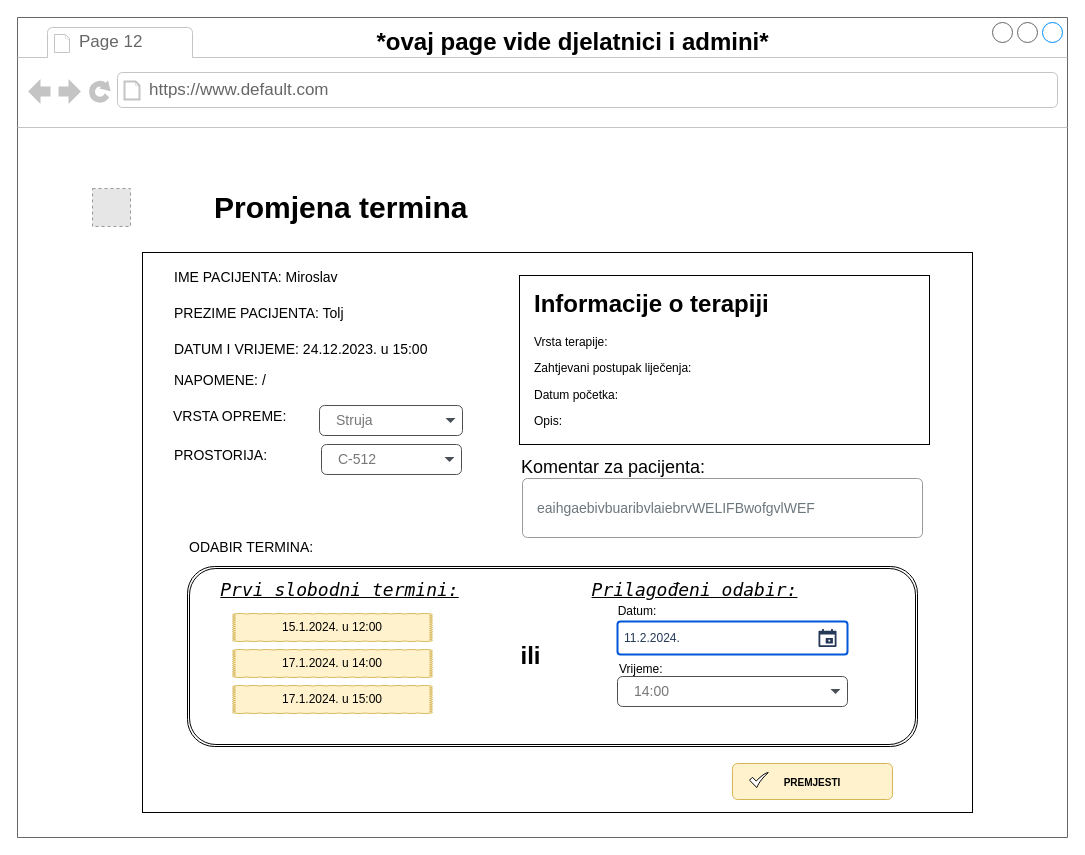
Earlier version of the draw.io diagram page "Page 12" (12 of 17) of Dokumentacija/UI Dizajn/MedicinskaRehabilitacija.drawio (EmaBadurina1/Proginator). Source tidied: cells renumbered, new cells numbered last; positions are measured from the earlier drawing's top-left corner, leaving out a move shared by most shapes. Both pictures are drawn from the tidied source at 100%, with x=0, y=0 at pixel (17, 17). Pictures stored in the file or linked from it are replaced by grey dashed boxes.
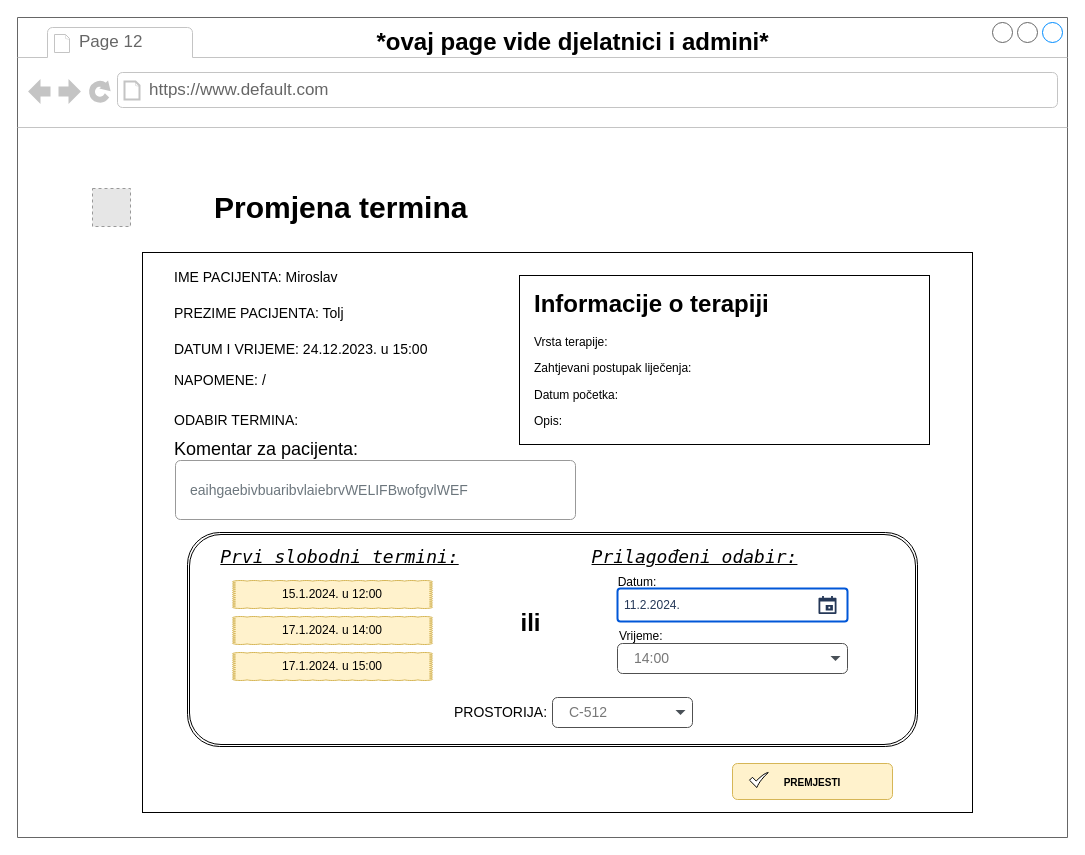
The same diagram, later.

The edit, as a diff of the source:
```diff
@@
-    <mxCell id="15" value="Struja" style="html=1;shadow=0;dashed=0;shape=mxgraph.bootstrap.rrect;rSize=5;strokeColor=#505050;strokeWidth=1;fillColor=#ffffff;fontColor=#777777;whiteSpace=wrap;align=left;verticalAlign=middle;fontStyle=0;fontSize=14;spacingRight=0;spacing=17;" parent="1" vertex="1">
-      <mxGeometry x="302" y="388" width="143" height="30" as="geometry" />
-    </mxCell>
-    <mxCell id="16" style="shape=triangle;direction=south;fillColor=#495057;strokeColor=none;perimeter=none;" parent="15" vertex="1">
-      <mxGeometry x="1" y="0.5" width="10" height="5" relative="1" as="geometry">
-        <mxPoint x="-17" y="-2.5" as="offset" />
-      </mxGeometry>
-    </mxCell>
-    <mxCell id="17" value="VRSTA OPREME:" style="fillColor=none;strokeColor=none;align=left;fontSize=14;" parent="1" vertex="1">
-      <mxGeometry x="154" y="378" width="131" height="40" as="geometry" />
-    </mxCell>
     <mxCell id="18" value="eaihgaebivbuaribvlaiebrvWELIFBwofgvlWEF" style="html=1;shadow=0;dashed=0;shape=mxgraph.bootstrap.rrect;rSize=5;fillColor=none;strokeColor=#999999;align=left;spacing=15;fontSize=14;fontColor=#6C767D;" parent="1" vertex="1">
-      <mxGeometry x="505" y="461" width="400" height="59" as="geometry" />
+      <mxGeometry x="158" y="443" width="400" height="59" as="geometry" />
     </mxCell>
     <mxCell id="19" value="Komentar za pacijenta:" style="text;html=1;strokeColor=none;fillColor=none;align=left;verticalAlign=middle;whiteSpace=wrap;rounded=0;fontSize=18;" parent="1" vertex="1">
-      <mxGeometry x="502" y="435" width="224" height="30" as="geometry" />
+      <mxGeometry x="155" y="417" width="224" height="30" as="geometry" />
     </mxCell>
@@
     <mxCell id="22" style="shape=ext;double=1;rounded=1;whiteSpace=wrap;html=1;" parent="1" vertex="1">
-      <mxGeometry x="170" y="549" width="730" height="180" as="geometry" />
+      <mxGeometry x="170" y="515" width="730" height="214" as="geometry" />
     </mxCell>
     <mxCell id="23" value="ODABIR TERMINA:" style="fillColor=none;strokeColor=none;align=left;fontSize=14;" parent="1" vertex="1">
-      <mxGeometry x="170" y="509" width="260" height="40" as="geometry" />
+      <mxGeometry x="155" y="382" width="260" height="40" as="geometry" />
     </mxCell>
     <mxCell id="24" value="ili" style="text;strokeColor=none;fillColor=none;html=1;fontSize=24;fontStyle=1;verticalAlign=middle;align=center;" parent="1" vertex="1">
-      <mxGeometry x="462.5" y="619" width="100" height="40" as="geometry" />
+      <mxGeometry x="462.5" y="586" width="100" height="40" as="geometry" />
     </mxCell>
     <mxCell id="25" value="Prvi slobodni termini:" style="text;html=1;strokeColor=none;fillColor=none;align=center;verticalAlign=middle;whiteSpace=wrap;rounded=0;fontFamily=Lucida Console;fontStyle=6;fontSize=18;" parent="1" vertex="1">
-      <mxGeometry x="185" y="557" width="275" height="30" as="geometry" />
+      <mxGeometry x="185" y="524" width="275" height="30" as="geometry" />
     </mxCell>
     <mxCell id="26" value="Prilagođeni odabir:" style="text;html=1;strokeColor=none;fillColor=none;align=center;verticalAlign=middle;whiteSpace=wrap;rounded=0;fontFamily=Lucida Console;fontStyle=6;fontSize=18;" parent="1" vertex="1">
-      <mxGeometry x="540" y="557" width="275" height="30" as="geometry" />
+      <mxGeometry x="540" y="524" width="275" height="30" as="geometry" />
     </mxCell>
     <mxCell id="27" value="15.1.2024. u 12:00" style="whiteSpace=wrap;html=1;shape=mxgraph.basic.cloud_rect;fillColor=#fff2cc;strokeColor=#d6b656;" parent="1" vertex="1">
-      <mxGeometry x="215" y="596" width="200" height="28" as="geometry" />
+      <mxGeometry x="215" y="563" width="200" height="28" as="geometry" />
     </mxCell>
     <mxCell id="28" value="17.1.2024. u 14:00" style="whiteSpace=wrap;html=1;shape=mxgraph.basic.cloud_rect;fillColor=#fff2cc;strokeColor=#d6b656;" parent="1" vertex="1">
-      <mxGeometry x="215" y="632" width="200" height="28" as="geometry" />
+      <mxGeometry x="215" y="599" width="200" height="28" as="geometry" />
     </mxCell>
     <mxCell id="29" value="17.1.2024. u 15:00" style="whiteSpace=wrap;html=1;shape=mxgraph.basic.cloud_rect;fillColor=#fff2cc;strokeColor=#d6b656;" parent="1" vertex="1">
-      <mxGeometry x="215" y="668" width="200" height="28" as="geometry" />
+      <mxGeometry x="215" y="635" width="200" height="28" as="geometry" />
     </mxCell>
     <mxCell id="30" value="11.2.2024." style="rounded=1;arcSize=9;fillColor=#ffffff;align=left;spacingLeft=5;strokeColor=#0057D8;html=1;strokeWidth=2;fontColor=#253858;fontSize=12;" parent="1" vertex="1">
-      <mxGeometry x="600" y="604" width="230" height="33" as="geometry" />
+      <mxGeometry x="600" y="571" width="230" height="33" as="geometry" />
     </mxCell>
@@
     <mxCell id="32" value="14:00" style="html=1;shadow=0;dashed=0;shape=mxgraph.bootstrap.rrect;rSize=5;strokeColor=#505050;strokeWidth=1;fillColor=#ffffff;fontColor=#777777;whiteSpace=wrap;align=left;verticalAlign=middle;fontStyle=0;fontSize=14;spacingRight=0;spacing=17;" parent="1" vertex="1">
-      <mxGeometry x="600" y="659" width="230" height="30" as="geometry" />
+      <mxGeometry x="600" y="626" width="230" height="30" as="geometry" />
     </mxCell>
@@
     <mxCell id="34" value="Datum:" style="text;html=1;strokeColor=none;fillColor=none;align=center;verticalAlign=middle;whiteSpace=wrap;rounded=0;" parent="1" vertex="1">
-      <mxGeometry x="590" y="586" width="60" height="15" as="geometry" />
+      <mxGeometry x="590" y="557" width="60" height="15" as="geometry" />
     </mxCell>
     <mxCell id="35" value="Vrijeme:" style="text;html=1;strokeColor=none;fillColor=none;align=left;verticalAlign=middle;whiteSpace=wrap;rounded=0;" parent="1" vertex="1">
-      <mxGeometry x="600" y="644" width="60" height="15" as="geometry" />
+      <mxGeometry x="600" y="611" width="60" height="15" as="geometry" />
     </mxCell>
     <mxCell id="36" value="C-512" style="html=1;shadow=0;dashed=0;shape=mxgraph.bootstrap.rrect;rSize=5;strokeColor=#505050;strokeWidth=1;fillColor=#ffffff;fontColor=#777777;whiteSpace=wrap;align=left;verticalAlign=middle;fontStyle=0;fontSize=14;spacingRight=0;spacing=17;" parent="1" vertex="1">
-      <mxGeometry x="304" y="427" width="140" height="30" as="geometry" />
+      <mxGeometry x="535" y="680" width="140" height="30" as="geometry" />
     </mxCell>
@@
     <mxCell id="38" value="PROSTORIJA: " style="fillColor=none;strokeColor=none;align=left;fontSize=14;" parent="1" vertex="1">
-      <mxGeometry x="155" y="417" width="90" height="40" as="geometry" />
+      <mxGeometry x="435" y="674" width="90" height="40" as="geometry" />
     </mxCell>
```
